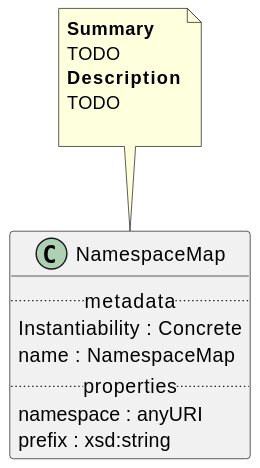
maxhbr/spec-parser.hs keeps this PlantUML diagram as Classes/NamespaceMap.svg. Above is the earlier version. Its diagram source:
```plantuml
@startuml
class NamespaceMap {
.. metadata ..
    Instantiability : Concrete
    name : NamespaceMap
.. properties ..
    namespace : anyURI
    prefix : xsd:string
}
note top of NamespaceMap
<b>Summary</b>
TODO
<b>Description</b>
TODO

end note
@enduml
```
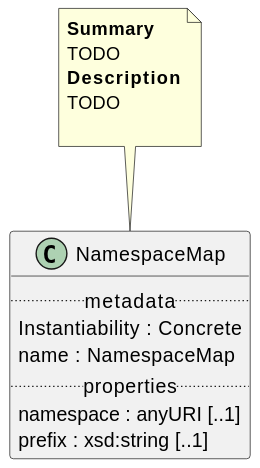
After the change.

The edit, as a diff of the source:
```diff
@@ -4,8 +4,8 @@
     Instantiability : Concrete
     name : NamespaceMap
 .. properties ..
-    namespace : anyURI
-    prefix : xsd:string
+    namespace : anyURI [..1]
+    prefix : xsd:string [..1]
 }
 note top of NamespaceMap
 <b>Summary</b>
```
